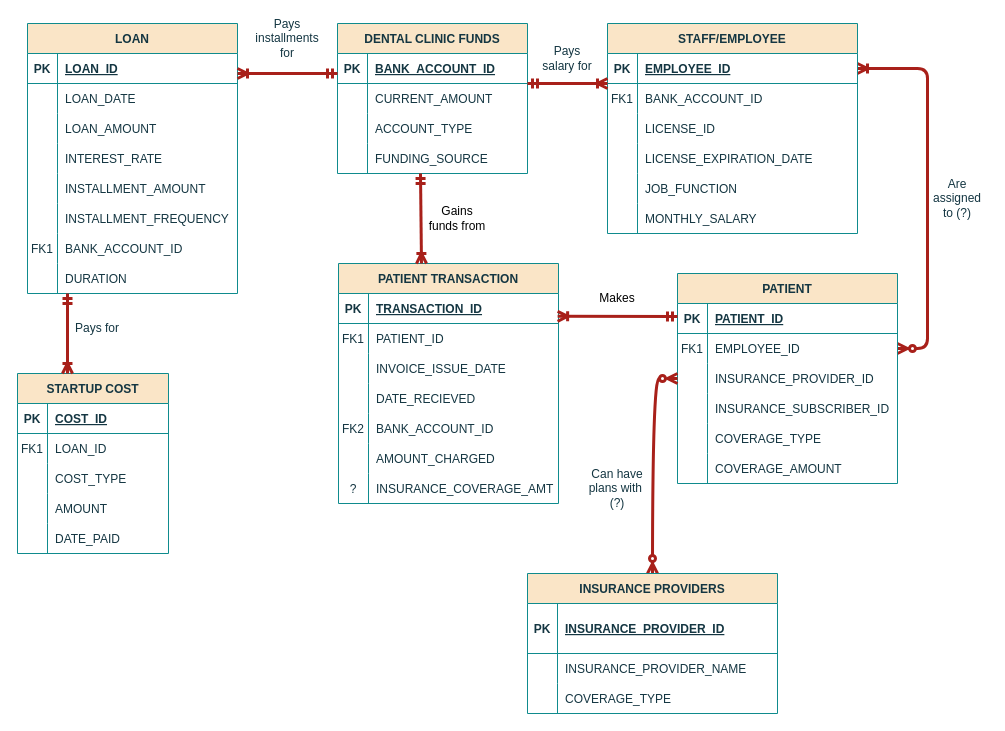
This is hw.drawio from donjuli990/HW1, a draw.io file, before an edit. Source tidied: cells renumbered, new cells numbered last; positions are measured from the earlier drawing's top-left corner, leaving out a move shared by most shapes. Both pictures are drawn from the tidied source at 100%, with x=0, y=0 at pixel (17, 23).
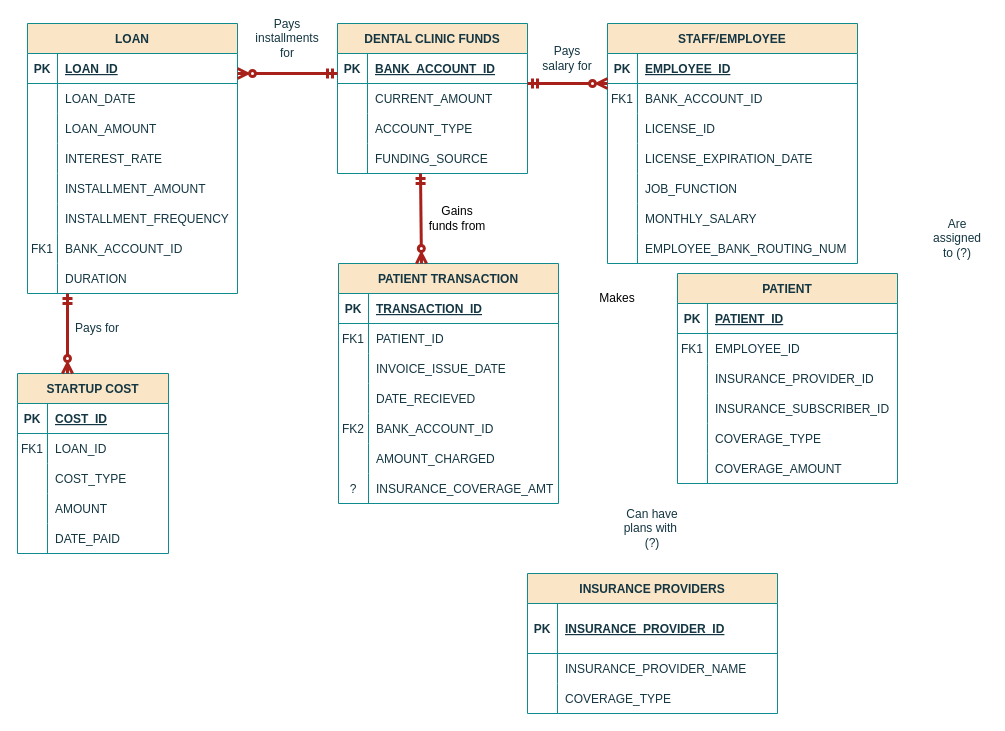
The same page after the edit.

Unchanged cells that the change refers to:
```xml
<mxCell id="4" style="shape=partialRectangle;fillColor=none;points=[[0,0.5],[1,0.5]];portConstraint=eastwest;top=0;left=0;right=0;bottom=1;labelBackgroundColor=none;strokeColor=#0F8B8D;fontColor=#143642;" parent="3" vertex="1">
  <mxGeometry y="30" width="250" height="30" as="geometry" />
</mxCell>
<mxCell id="26" style="shape=partialRectangle;fillColor=none;points=[[0,0.5],[1,0.5]];portConstraint=eastwest;top=0;left=0;right=0;bottom=0;labelBackgroundColor=none;strokeColor=#0F8B8D;fontColor=#143642;" parent="22" vertex="1">
  <mxGeometry y="60" width="220" height="30" as="geometry" />
</mxCell>
<mxCell id="29" style="shape=partialRectangle;fillColor=none;points=[[0,0.5],[1,0.5]];portConstraint=eastwest;top=0;left=0;right=0;bottom=0;labelBackgroundColor=none;strokeColor=#0F8B8D;fontColor=#143642;" parent="22" vertex="1">
  <mxGeometry y="90" width="220" height="30" as="geometry" />
</mxCell>
<mxCell id="68" value="INSURANCE PROVIDERS" style="shape=table;startSize=30;childLayout=tableLayout;rowLines=0;fontStyle=1;align=center;labelBackgroundColor=none;fillColor=#FAE5C7;strokeColor=#0F8B8D;fontColor=#143642;" parent="1" vertex="1">
  <mxGeometry x="510" y="550" width="250" height="140" as="geometry" />
</mxCell>
<mxCell id="79" value="STARTUP COST" style="shape=table;startSize=30;childLayout=tableLayout;rowLines=0;fontStyle=1;align=center;labelBackgroundColor=none;fillColor=#FAE5C7;strokeColor=#0F8B8D;fontColor=#143642;" parent="1" vertex="1">
  <mxGeometry y="350" width="151" height="180" as="geometry" />
</mxCell>
<mxCell id="117" style="shape=partialRectangle;fillColor=none;points=[[0,0.5],[1,0.5]];portConstraint=eastwest;top=0;left=0;right=0;bottom=0;labelBackgroundColor=none;strokeColor=#0F8B8D;fontColor=#143642;" parent="113" vertex="1">
  <mxGeometry y="60" width="220" height="30" as="geometry" />
</mxCell>
```

The edit, as a diff of the source:
```diff
@@
-    <mxCell id="2" style="edgeStyle=entityRelationEdgeStyle;endArrow=ERzeroToMany;startArrow=ERoneToMany;endFill=1;startFill=0;labelBackgroundColor=none;strokeColor=#A8201A;fontColor=default;strokeWidth=3;" parent="1" edge="1" source="4" target="26">
-      <mxGeometry relative="1" as="geometry" />
-    </mxCell>
     <mxCell id="3" value="STAFF/EMPLOYEE" style="shape=table;startSize=30;childLayout=tableLayout;rowLines=0;fontStyle=1;align=center;labelBackgroundColor=none;fillColor=#FAE5C7;strokeColor=#0F8B8D;fontColor=#143642;" parent="1" vertex="1">
-      <mxGeometry x="590" width="250" height="210" as="geometry" />
+      <mxGeometry x="590" width="250" height="240" as="geometry" />
     </mxCell>
@@
+    <mxCell id="140" style="shape=partialRectangle;fillColor=none;top=0;left=0;right=0;bottom=0;labelBackgroundColor=none;strokeColor=#0F8B8D;fontColor=#143642;" parent="3" vertex="1">
+      <mxGeometry y="210" width="250" height="30" as="geometry" />
+    </mxCell>
+    <mxCell id="141" style="shape=partialRectangle;overflow=hidden;fillColor=none;top=0;left=0;bottom=0;right=0;labelBackgroundColor=none;strokeColor=#0F8B8D;fontColor=#143642;" parent="140" vertex="1">
+      <mxGeometry width="30" height="30" as="geometry" />
+    </mxCell>
+    <mxCell id="142" value="EMPLOYEE_BANK_ROUTING_NUM" style="shape=partialRectangle;overflow=hidden;fillColor=none;top=0;left=0;bottom=0;right=0;align=left;spacingLeft=6;labelBackgroundColor=none;strokeColor=#0F8B8D;fontColor=#143642;" parent="140" vertex="1">
+      <mxGeometry x="30" width="220" height="30" as="geometry" />
+    </mxCell>
@@
     <mxCell id="66" value="Are assigned to (?)" style="text;html=1;align=center;verticalAlign=middle;whiteSpace=wrap;rounded=0;fontColor=#143642;" parent="1" vertex="1">
-      <mxGeometry x="910" y="160" width="60" height="30" as="geometry" />
+      <mxGeometry x="910" y="200" width="60" height="30" as="geometry" />
     </mxCell>
-    <mxCell id="67" style="endArrow=ERzeroToMany;startArrow=ERzeroToMany;endFill=1;startFill=0;labelBackgroundColor=none;strokeColor=#A8201A;fontColor=default;exitX=0;exitY=0.5;exitDx=0;exitDy=0;edgeStyle=orthogonalEdgeStyle;curved=1;strokeWidth=3;" parent="1" edge="1" source="29" target="68">
-      <mxGeometry relative="1" as="geometry" />
-    </mxCell>
@@
     <mxCell id="78" value="Can have plans with&amp;nbsp; (?)" style="text;html=1;align=center;verticalAlign=middle;whiteSpace=wrap;rounded=0;fontColor=#143642;" parent="1" vertex="1">
-      <mxGeometry x="570" y="450" width="60" height="30" as="geometry" />
+      <mxGeometry x="605" y="490" width="60" height="30" as="geometry" />
     </mxCell>
@@
-    <mxCell id="96" style="endArrow=ERoneToMany;startArrow=ERmandOne;endFill=0;startFill=0;labelBackgroundColor=none;strokeColor=#A8201A;fontColor=default;entryX=0.331;entryY=0;entryDx=0;entryDy=0;entryPerimeter=0;strokeWidth=3;" parent="1" edge="1" target="79">
+    <mxCell id="96" style="endArrow=ERzeroToMany;startArrow=ERmandOne;endFill=0;startFill=0;labelBackgroundColor=none;strokeColor=#A8201A;fontColor=default;entryX=0.331;entryY=0;entryDx=0;entryDy=0;entryPerimeter=0;strokeWidth=3;" parent="1" edge="1" target="79">
       <mxGeometry relative="1" as="geometry">
         <mxPoint x="50" y="270" as="sourcePoint" />
       </mxGeometry>
     </mxCell>
@@
-    <mxCell id="110" style="endArrow=ERoneToMany;startArrow=ERmandOne;endFill=0;startFill=0;labelBackgroundColor=none;strokeColor=#A8201A;fontColor=default;strokeWidth=3;entryX=1;entryY=0.5;entryDx=0;entryDy=0;" parent="1" edge="1">
+    <mxCell id="110" style="endArrow=ERzeroToMany;startArrow=ERmandOne;endFill=0;startFill=0;labelBackgroundColor=none;strokeColor=#A8201A;fontColor=default;strokeWidth=3;entryX=1;entryY=0.5;entryDx=0;entryDy=0;" parent="1" edge="1">
       <mxGeometry relative="1" as="geometry">
         <mxPoint x="320" y="50" as="sourcePoint" />
         <mxPoint x="220" y="50" as="targetPoint" />
       </mxGeometry>
     </mxCell>
@@
-    <mxCell id="112" style="endArrow=ERmandOne;startArrow=ERoneToMany;endFill=0;startFill=0;labelBackgroundColor=none;strokeColor=#A8201A;fontColor=default;strokeWidth=3;" parent="1" edge="1">
+    <mxCell id="112" style="endArrow=ERmandOne;startArrow=ERzeroToMany;endFill=0;startFill=0;labelBackgroundColor=none;strokeColor=#A8201A;fontColor=default;strokeWidth=3;" parent="1" edge="1">
       <mxGeometry relative="1" as="geometry">
         <mxPoint x="590" y="60" as="sourcePoint" />
         <mxPoint x="510" y="60" as="targetPoint" />
       </mxGeometry>
     </mxCell>
@@
-    <mxCell id="135" style="endArrow=ERoneToMany;startArrow=ERmandOne;endFill=0;startFill=0;labelBackgroundColor=none;strokeColor=#A8201A;fontColor=default;strokeWidth=3;exitX=0;exitY=0.25;exitDx=0;exitDy=0;" parent="1" edge="1">
+    <mxCell id="135" style="endArrow=ERzeroToMany;startArrow=ERmandOne;endFill=0;startFill=0;labelBackgroundColor=none;strokeColor=#A8201A;fontColor=default;strokeWidth=3;exitX=0;exitY=0.25;exitDx=0;exitDy=0;" parent="1" edge="1">
       <mxGeometry relative="1" as="geometry">
         <mxPoint x="403" y="150" as="sourcePoint" />
         <mxPoint x="404" y="240" as="targetPoint" />
       </mxGeometry>
     </mxCell>
-    <mxCell id="136" style="endArrow=ERoneToMany;startArrow=ERmandOne;endFill=0;startFill=0;labelBackgroundColor=none;strokeColor=#A8201A;fontColor=default;strokeWidth=3;entryX=0.996;entryY=-0.24;entryDx=0;entryDy=0;entryPerimeter=0;" parent="1" edge="1" target="117">
-      <mxGeometry relative="1" as="geometry">
-        <mxPoint x="660" y="293" as="sourcePoint" />
-      </mxGeometry>
-    </mxCell>
```
